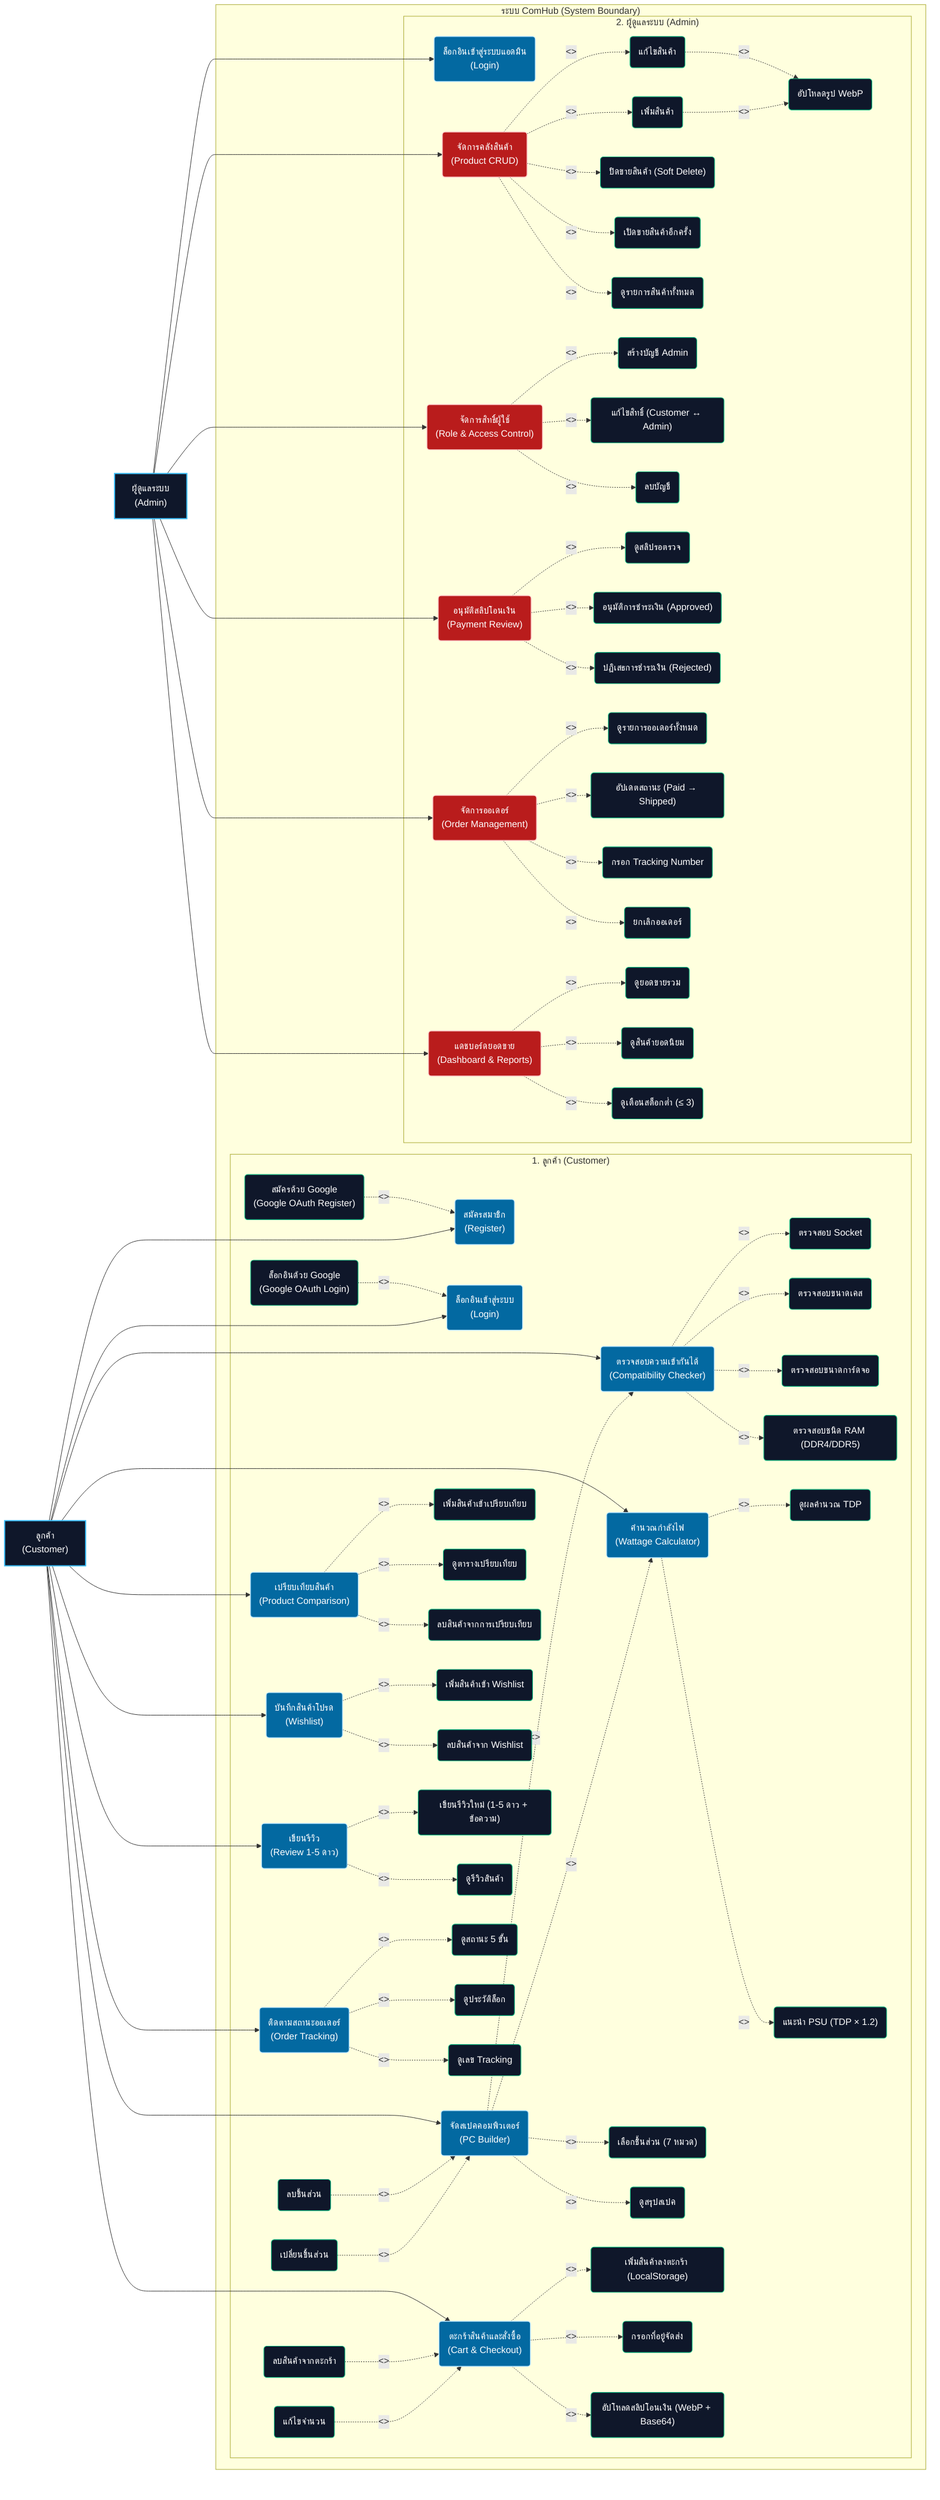
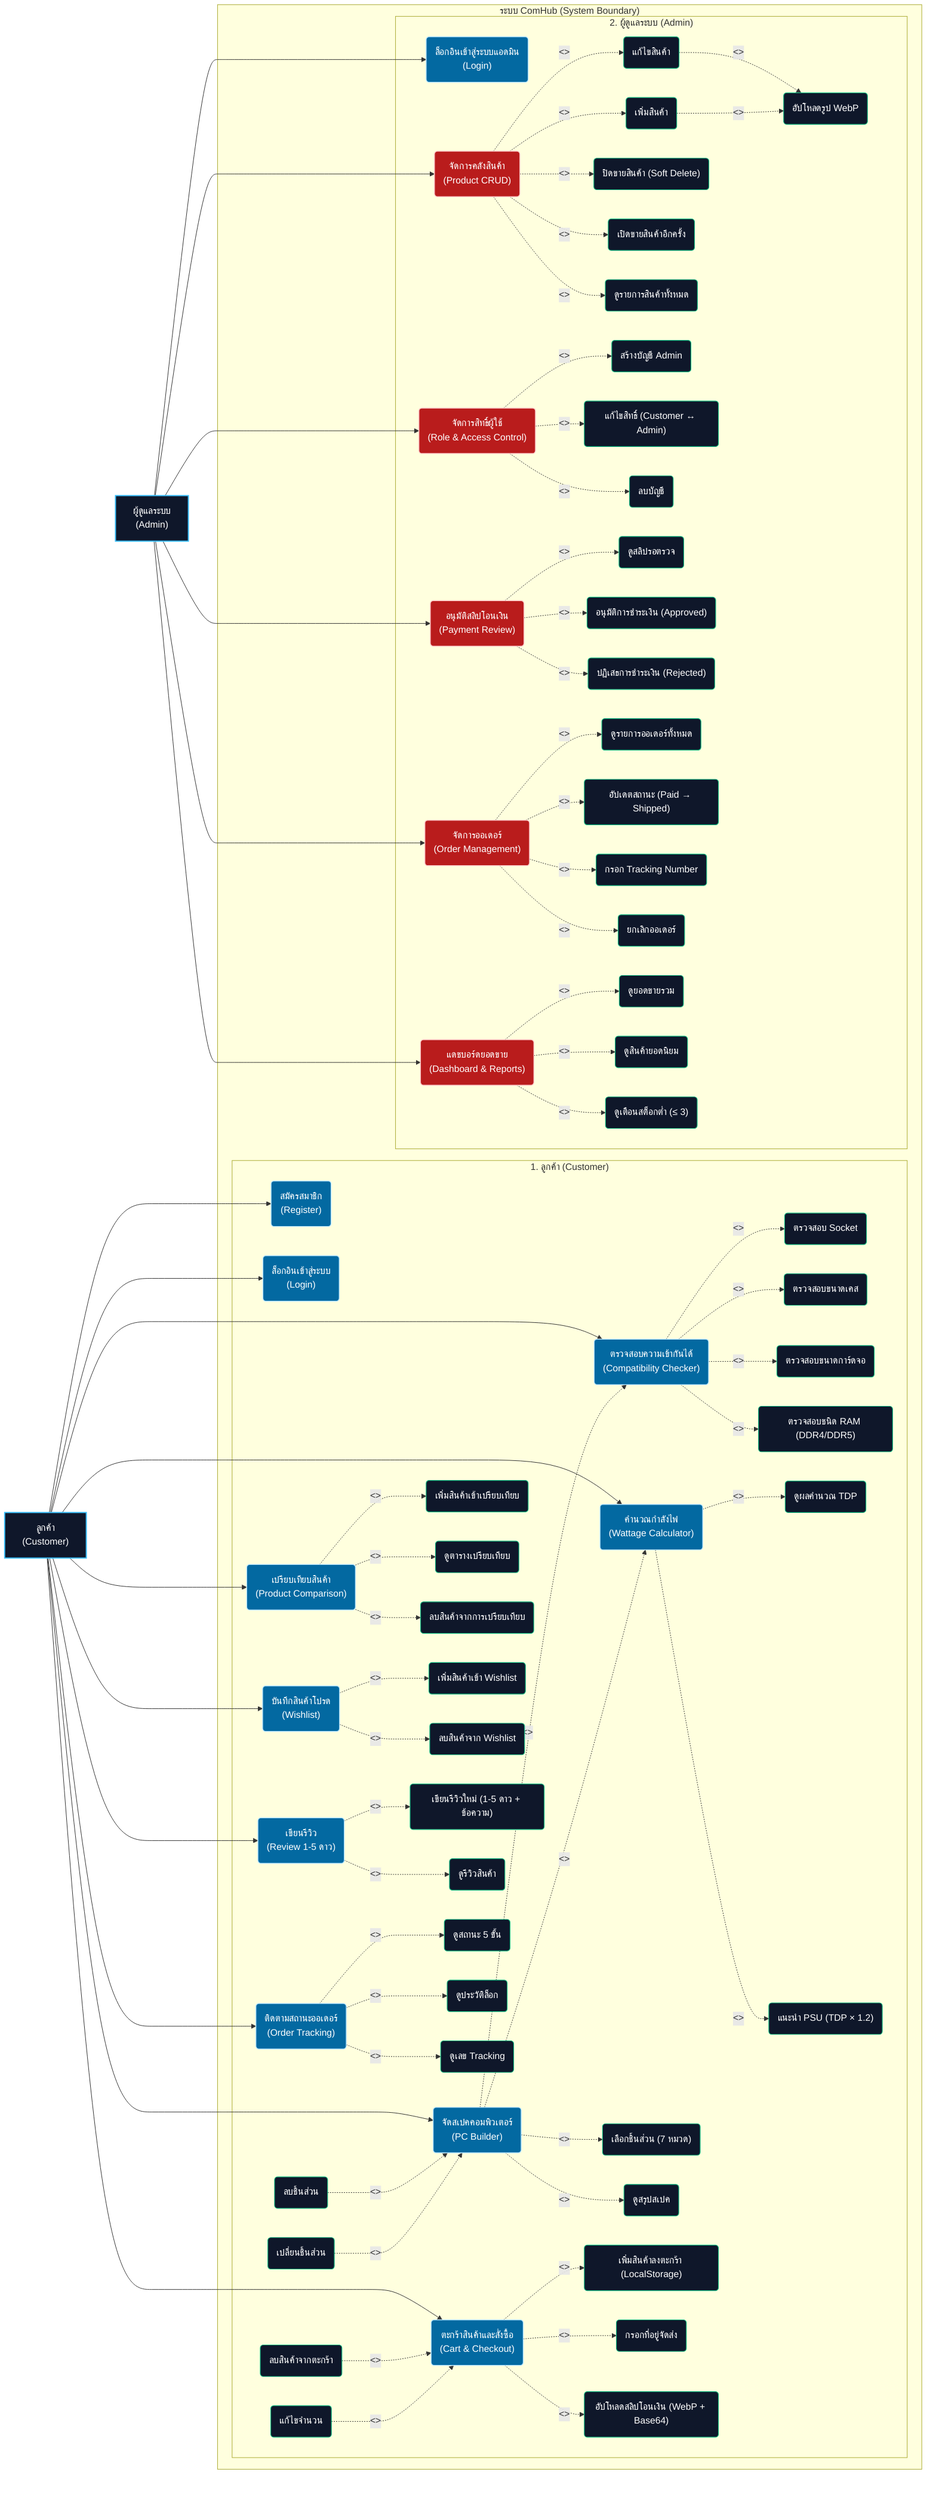
%% ============================================================
%% ComHub - Use Case Diagram (MVP Version)
%% แหล่งข้อมูล: markdown/project-scope.md
%% CSI204 - Software Engineering
%% MVP Scope: 2 Actors (Customer, Admin)
%% ตัด: Staff, Manager, Pre-built Templates, PC Build Gallery,
%%      Stock Alert, Review Photos, Assembly + Burn-in Testing, Coupon
%% ============================================================
graph LR
    %% Styling Configuration
    classDef actor fill:#0f172a,stroke:#38bdf8,stroke-width:2px,color:#fff;
    classDef baseUC fill:#0369a1,stroke:#bae6fd,stroke-width:1.5px,color:#fff;
    classDef subUC fill:#0f172a,stroke:#10b981,stroke-width:1.2px,color:#fff;
    classDef adminUC fill:#b91c1c,stroke:#fecaca,stroke-width:1.5px,color:#fff;

    %% Actors (MVP: 2 roles only)
    Customer["ลูกค้า<br>(Customer)"]:::actor
    Admin["ผู้ดูแลระบบ<br>(Admin)"]:::actor

    subgraph ComHub_System ["ระบบ ComHub (System Boundary)"]

        %% --- CUSTOMER USE CASES ---
        subgraph Customer_Flow ["1. ลูกค้า (Customer)"]
            C_Register("สมัครสมาชิก<br>(Register)"):::baseUC
            C_Login("ล็อกอินเข้าสู่ระบบ<br>(Login)"):::baseUC
-             C_RegisterGoogle("สมัครด้วย Google<br>(Google OAuth Register)"):::subUC
-             C_LoginGoogle("ล็อกอินด้วย Google<br>(Google OAuth Login)"):::subUC
            C_Builder("จัดสเปคคอมพิวเตอร์<br>(PC Builder)"):::baseUC
            C_Compat("ตรวจสอบความเข้ากันได้<br>(Compatibility Checker)"):::baseUC
            C_Wattage("คำนวณกำลังไฟ<br>(Wattage Calculator)"):::baseUC
            C_Compare("เปรียบเทียบสินค้า<br>(Product Comparison)"):::baseUC
            C_Wishlist("บันทึกสินค้าโปรด<br>(Wishlist)"):::baseUC
            C_Review("เขียนรีวิว<br>(Review 1-5 ดาว)"):::baseUC
            C_Cart("ตะกร้าสินค้าและสั่งซื้อ<br>(Cart & Checkout)"):::baseUC
            C_Track("ติดตามสถานะออเดอร์<br>(Order Tracking)"):::baseUC

            %% Sub use cases: PC Builder (7 หมวด: CPU, Mainboard, GPU, RAM, SSD, Case, PSU)
            C_SelectPart("เลือกชิ้นส่วน (7 หมวด)"):::subUC
            C_SwapPart("เปลี่ยนชิ้นส่วน"):::subUC
            C_RemovePart("ลบชิ้นส่วน"):::subUC
            C_ViewSummary("ดูสรุปสเปค"):::subUC

            %% Sub use cases: Compatibility Checker
            C_CheckSocket("ตรวจสอบ Socket"):::subUC
            C_CheckCaseSize("ตรวจสอบขนาดเคส"):::subUC
            C_CheckGpuSize("ตรวจสอบขนาดการ์ดจอ"):::subUC
            C_CheckRamType("ตรวจสอบชนิด RAM (DDR4/DDR5)"):::subUC

            %% Sub use cases: Wattage Calculator
            C_ViewTDP("ดูผลคำนวณ TDP"):::subUC
            C_RecommendPSU("แนะนำ PSU (TDP × 1.2)"):::subUC

            %% Sub use cases: Product Comparison (สูงสุด 3 ชิ้น)
            C_AddCompare("เพิ่มสินค้าเข้าเปรียบเทียบ"):::subUC
            C_ViewCompareTable("ดูตารางเปรียบเทียบ"):::subUC
            C_RemoveCompare("ลบสินค้าจากการเปรียบเทียบ"):::subUC

            %% Sub use cases: Wishlist (No Stock Alert in MVP)
            C_AddWishlist("เพิ่มสินค้าเข้า Wishlist"):::subUC
            C_RemoveWishlist("ลบสินค้าจาก Wishlist"):::subUC

            %% Sub use cases: Review (No Photos in MVP)
            C_WriteReview("เขียนรีวิวใหม่ (1-5 ดาว + ข้อความ)"):::subUC
            C_ViewReview("ดูรีวิวสินค้า"):::subUC

            %% Sub use cases: Cart & Checkout
            C_AddCart("เพิ่มสินค้าลงตะกร้า (LocalStorage)"):::subUC
            C_EditQty("แก้ไขจำนวน"):::subUC
            C_RemoveCart("ลบสินค้าจากตะกร้า"):::subUC
            C_FillAddress("กรอกที่อยู่จัดส่ง"):::subUC
            C_UploadSlip("อัปโหลดสลิปโอนเงิน (WebP + Base64)"):::subUC

            %% Sub use cases: Order Tracking (5 ขั้น)
            C_ViewStatus("ดูสถานะ 5 ขั้น"):::subUC
            C_ViewLogHistory("ดูประวัติล็อก"):::subUC
            C_ViewTrackingNo("ดูเลข Tracking"):::subUC

            %% Relations: include/extend
            C_Builder -.->|"<<include>>"| C_SelectPart
            C_SwapPart -.->|"<<extend>>"| C_Builder
            C_RemovePart -.->|"<<extend>>"| C_Builder
            C_Builder -.->|"<<include>>"| C_ViewSummary

            C_Compat -.->|"<<include>>"| C_CheckSocket
            C_Compat -.->|"<<include>>"| C_CheckCaseSize
            C_Compat -.->|"<<include>>"| C_CheckGpuSize
            C_Compat -.->|"<<include>>"| C_CheckRamType
            C_Builder -.->|"<<include>>"| C_Compat

            C_Wattage -.->|"<<include>>"| C_ViewTDP
            C_Wattage -.->|"<<include>>"| C_RecommendPSU
            C_Builder -.->|"<<include>>"| C_Wattage

            C_Compare -.->|"<<include>>"| C_AddCompare
            C_Compare -.->|"<<include>>"| C_ViewCompareTable
            C_Compare -.->|"<<extend>>"| C_RemoveCompare

            C_Wishlist -.->|"<<include>>"| C_AddWishlist
            C_Wishlist -.->|"<<extend>>"| C_RemoveWishlist

            C_Review -.->|"<<include>>"| C_WriteReview
            C_Review -.->|"<<include>>"| C_ViewReview

            C_Cart -.->|"<<include>>"| C_AddCart
            C_EditQty -.->|"<<extend>>"| C_Cart
            C_RemoveCart -.->|"<<extend>>"| C_Cart
            C_Cart -.->|"<<include>>"| C_FillAddress
            C_Cart -.->|"<<include>>"| C_UploadSlip

            C_Track -.->|"<<include>>"| C_ViewStatus
            C_Track -.->|"<<extend>>"| C_ViewLogHistory
            C_Track -.->|"<<extend>>"| C_ViewTrackingNo
        end

        %% --- ADMIN USE CASES ---
        subgraph Admin_Flow ["2. ผู้ดูแลระบบ (Admin)"]
            A_Login("ล็อกอินเข้าสู่ระบบแอดมิน<br>(Login)"):::baseUC
            A_Database("จัดการคลังสินค้า<br>(Product CRUD)"):::adminUC
            A_Access("จัดการสิทธิ์ผู้ใช้<br>(Role & Access Control)"):::adminUC
            A_Payment("อนุมัติสลิปโอนเงิน<br>(Payment Review)"):::adminUC
            A_Order("จัดการออเดอร์<br>(Order Management)"):::adminUC
            A_Dashboard("แดชบอร์ดยอดขาย<br>(Dashboard & Reports)"):::adminUC

            %% Product CRUD
            A_AddProduct("เพิ่มสินค้า"):::subUC
            A_EditProduct("แก้ไขสินค้า"):::subUC
            A_SoftDelete("ปิดขายสินค้า (Soft Delete)"):::subUC
            A_ReEnable("เปิดขายสินค้าอีกครั้ง"):::subUC
            A_ViewAll("ดูรายการสินค้าทั้งหมด"):::subUC
            A_UploadImg("อัปโหลดรูป WebP"):::subUC

            %% Role & Access Control (Admin เท่านั้น)
            A_ManageAccounts("สร้างบัญชี Admin"):::subUC
            A_EditPermission("แก้ไขสิทธิ์ (Customer ↔ Admin)"):::subUC
            A_DeleteAccount("ลบบัญชี"):::subUC

            %% Payment Review
            A_ViewPending("ดูสลิปรอตรวจ"):::subUC
            A_ApprovePay("อนุมัติการชำระเงิน (Approved)"):::subUC
            A_RejectPay("ปฏิเสธการชำระเงิน (Rejected)"):::subUC

            %% Order Management
            A_ViewOrders("ดูรายการออเดอร์ทั้งหมด"):::subUC
            A_UpdateStatus("อัปเดตสถานะ (Paid → Shipped)"):::subUC
            A_FillTracking("กรอก Tracking Number"):::subUC
            A_CancelOrder("ยกเลิกออเดอร์"):::subUC

            %% Dashboard
            A_SalesChart("ดูยอดขายรวม"):::subUC
            A_TopProduct("ดูสินค้ายอดนิยม"):::subUC
            A_LowStock("ดูเตือนสต็อกต่ำ (≤ 3)"):::subUC

            A_Database -.->|"<<include>>"| A_ViewAll
            A_Database -.->|"<<extend>>"| A_AddProduct
            A_Database -.->|"<<extend>>"| A_EditProduct
            A_Database -.->|"<<extend>>"| A_SoftDelete
            A_Database -.->|"<<extend>>"| A_ReEnable
            A_AddProduct -.->|"<<include>>"| A_UploadImg
            A_EditProduct -.->|"<<extend>>"| A_UploadImg

            A_Access -.->|"<<include>>"| A_ManageAccounts
            A_Access -.->|"<<extend>>"| A_EditPermission
            A_Access -.->|"<<extend>>"| A_DeleteAccount

            A_Payment -.->|"<<include>>"| A_ViewPending
            A_Payment -.->|"<<extend>>"| A_ApprovePay
            A_Payment -.->|"<<extend>>"| A_RejectPay

            A_Order -.->|"<<include>>"| A_ViewOrders
            A_Order -.->|"<<extend>>"| A_UpdateStatus
            A_Order -.->|"<<extend>>"| A_FillTracking
            A_Order -.->|"<<extend>>"| A_CancelOrder

            A_Dashboard -.->|"<<include>>"| A_SalesChart
            A_Dashboard -.->|"<<include>>"| A_TopProduct
            A_Dashboard -.->|"<<include>>"| A_LowStock
        end
    end

    %% Actor Vertical Layout Constraints
    Customer ~~~ Admin

    %% Actor -> Use Case Connections (Customer)
    Customer ---> C_Register
    Customer ---> C_Login
-     C_LoginGoogle -.->|"<<extend>>"| C_Login
-     C_RegisterGoogle -.->|"<<extend>>"| C_Register
    Customer ---> C_Builder
    Customer ---> C_Compat
    Customer ---> C_Wattage
    Customer ---> C_Compare
    Customer ---> C_Wishlist
    Customer ---> C_Review
    Customer ---> C_Cart
    Customer ---> C_Track

    %% Actor -> Use Case Connections (Admin)
    Admin ---> A_Login
    Admin ---> A_Database
    Admin ---> A_Access
    Admin ---> A_Payment
    Admin ---> A_Order
    Admin ---> A_Dashboard
